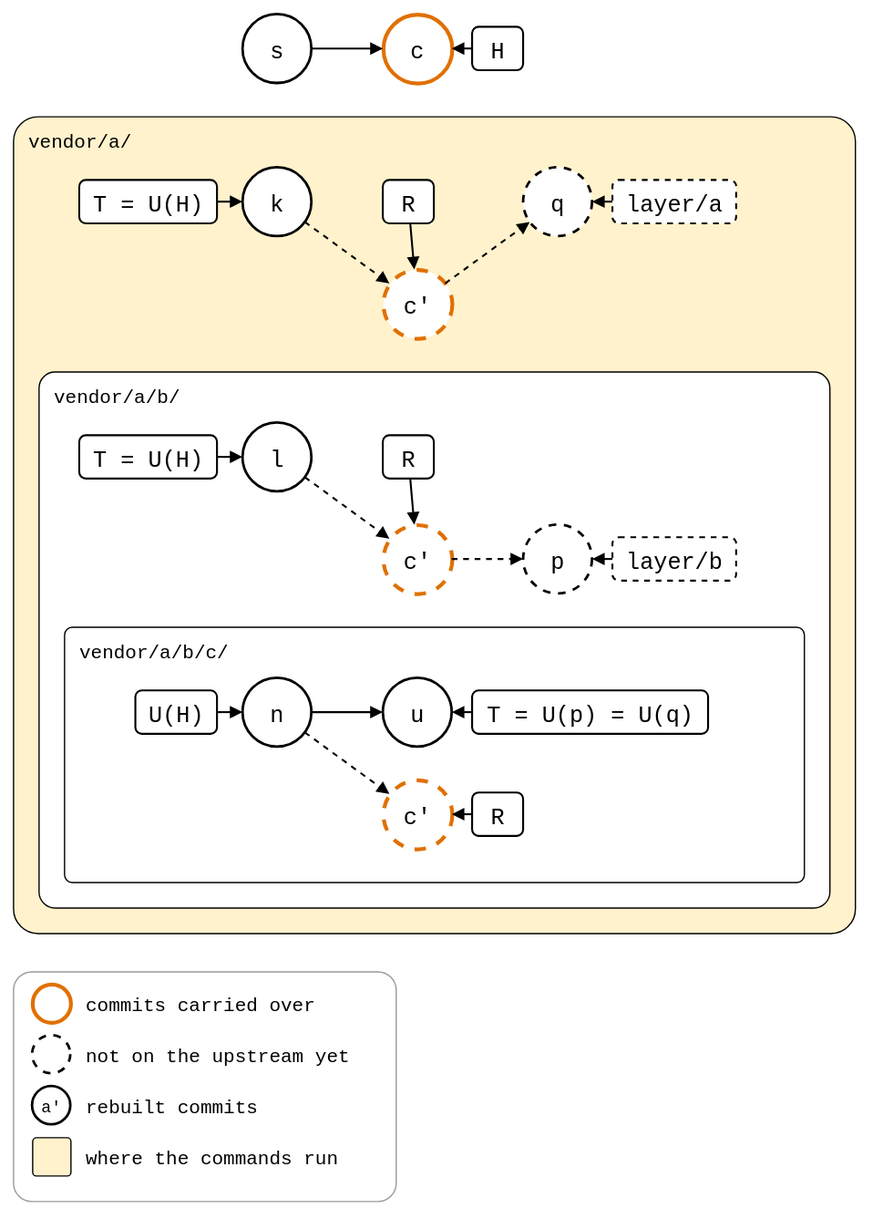
The draw.io diagram docs/09-scenarios/05-nested-splices/01-nested-splices/02-three-levels/levels-merged-into-a.drawio.svg in roschaefer/git-splice, before a commit. Source tidied: cells renumbered, new cells last; positions are measured from the earlier drawing's top-left corner, leaving out a move shared by most shapes.
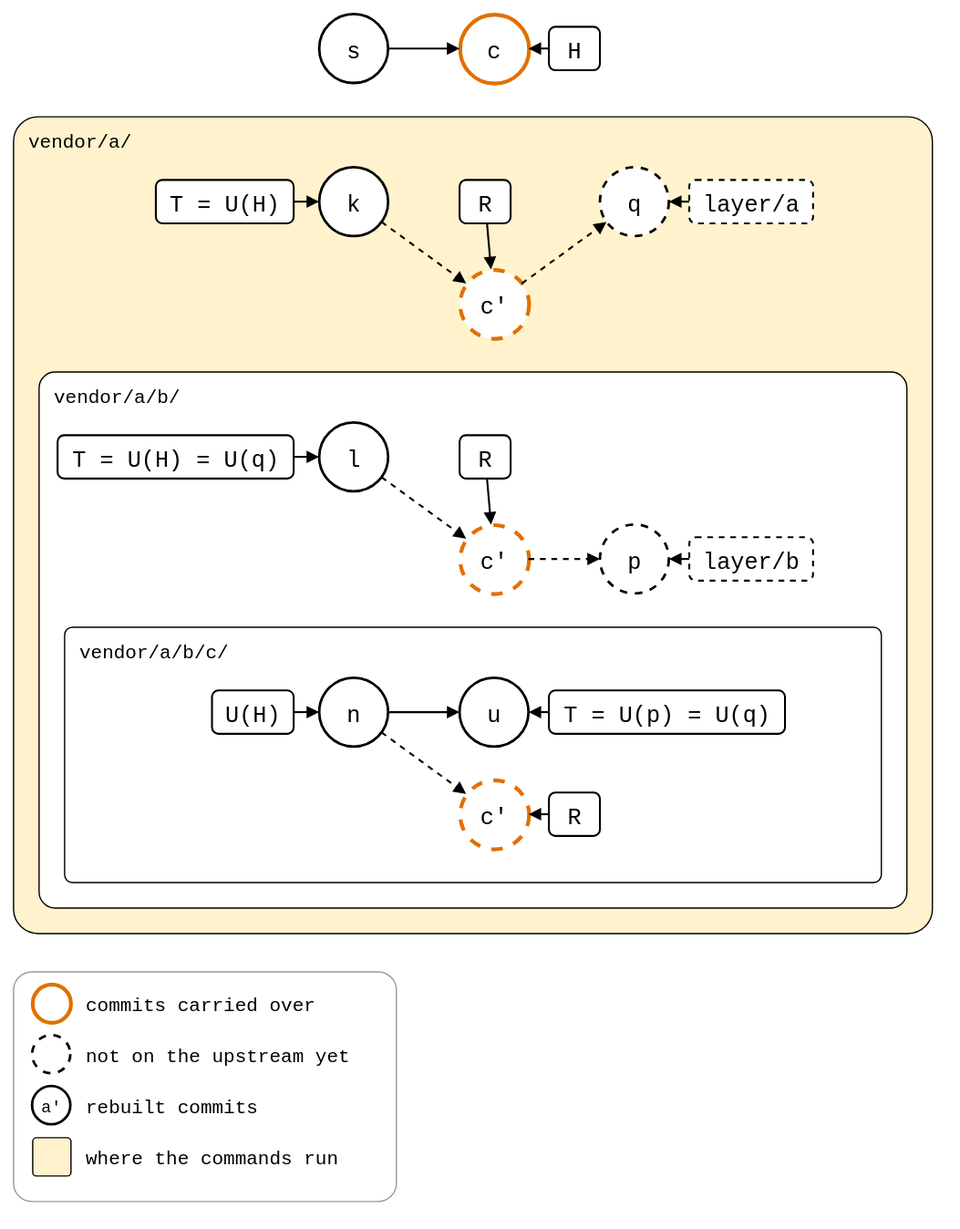
After the commit.

What changed in the source:
```diff
@@ -3,13 +3,13 @@
     <mxCell id="0" />
     <mxCell id="1" parent="0" />
     <mxCell id="2" value="vendor/a/" style="rounded=1;arcSize=3;fillColor=#FFF2CC;strokeWidth=1;fontSize=15;verticalAlign=top;align=left;spacingLeft=10;spacingTop=4;fontFamily=Roboto Mono,monospace;" parent="1" vertex="1">
-      <mxGeometry y="80" width="660" height="640" as="geometry" />
+      <mxGeometry x="-60" y="80" width="720" height="640" as="geometry" />
     </mxCell>
     <mxCell id="3" value="vendor/a/b/" style="rounded=1;arcSize=3;fillColor=#ffffff;strokeWidth=1;fontSize=15;verticalAlign=top;align=left;spacingLeft=10;spacingTop=4;fontFamily=Roboto Mono,monospace;" parent="1" vertex="1">
-      <mxGeometry x="20" y="280" width="620" height="420" as="geometry" />
+      <mxGeometry x="-40" y="280" width="680" height="420" as="geometry" />
     </mxCell>
     <mxCell id="4" value="vendor/a/b/c/" style="rounded=1;arcSize=3;fillColor=#ffffff;strokeWidth=1;fontSize=15;verticalAlign=top;align=left;spacingLeft=10;spacingTop=4;fontFamily=Roboto Mono,monospace;" parent="1" vertex="1">
-      <mxGeometry x="40" y="480" width="580" height="200" as="geometry" />
+      <mxGeometry x="-20" y="480" width="640" height="200" as="geometry" />
     </mxCell>
     <mxCell id="5" value="s" style="ellipse;strokeWidth=2;fontSize=18;fontFamily=Roboto Mono,monospace;" parent="1" vertex="1">
       <mxGeometry x="180" width="54" height="54" as="geometry" />
@@ -65,8 +65,8 @@
     <mxCell id="22" style="endArrow=block;endFill=1;html=1;strokeWidth=1.5;rounded=0;" parent="1" edge="1" source="21" target="10">
       <mxGeometry relative="1" as="geometry" />
     </mxCell>
-    <mxCell id="23" value="T = U(H)" style="rounded=1;strokeWidth=1.5;fontSize=18;fontFamily=Roboto Mono,monospace;" parent="1" vertex="1">
-      <mxGeometry x="52" y="330" width="108" height="34" as="geometry" />
+    <mxCell id="23" value="T = U(H) = U(q)" style="rounded=1;strokeWidth=1.5;fontSize=18;fontFamily=Roboto Mono,monospace;" parent="1" vertex="1">
+      <mxGeometry x="-25" y="330" width="185" height="34" as="geometry" />
     </mxCell>
     <mxCell id="24" style="endArrow=block;endFill=1;html=1;strokeWidth=1.5;rounded=0;" parent="1" edge="1" source="23" target="13">
       <mxGeometry relative="1" as="geometry" />
@@ -126,7 +126,7 @@
       <mxGeometry relative="1" as="geometry" />
     </mxCell>
     <mxCell id="43" style="rounded=1;arcSize=8;fillColor=none;strokeColor=#999999;strokeWidth=1;legend=1;" parent="1" vertex="1">
-      <mxGeometry y="750" width="300" height="180" as="geometry" />
+      <mxGeometry x="-60" y="750" width="300" height="180" as="geometry" />
     </mxCell>
     <mxCell id="44" style="ellipse;fontSize=13;fontFamily=Roboto Mono,monospace;strokeWidth=2;strokeColor=#E07000;strokeWidth=3;" parent="43" vertex="1">
       <mxGeometry x="15" y="10" width="30" height="30" as="geometry" />
```
